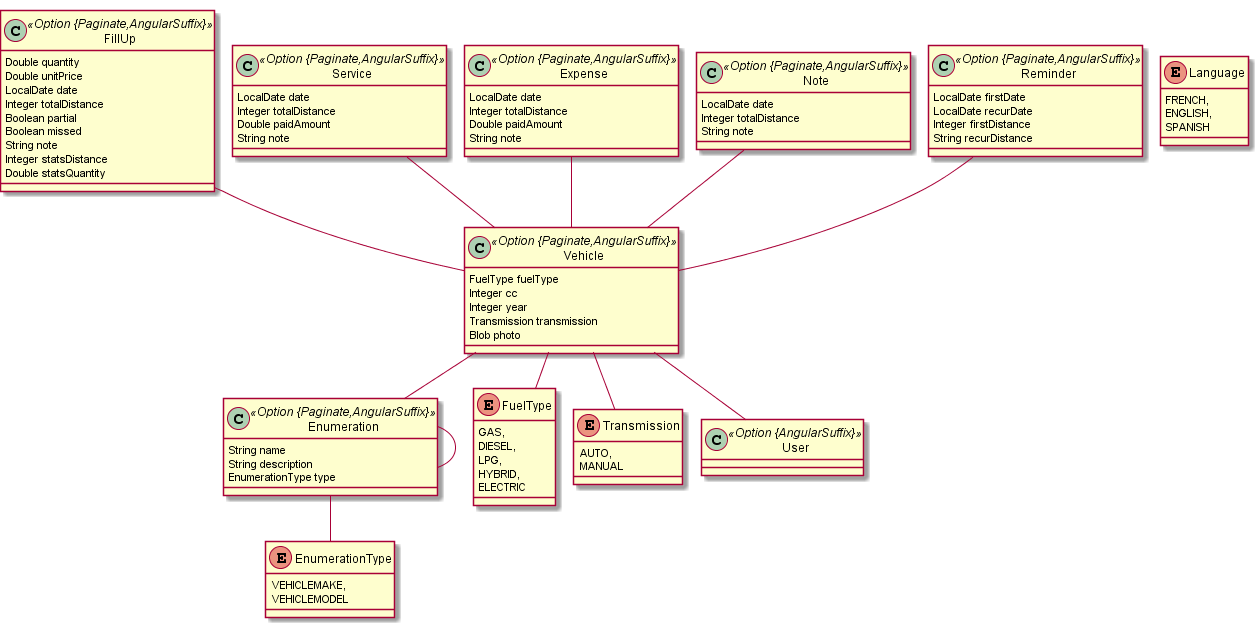
The PlantUML diagram jhipster/jhipster-jdl.png in hazerbaker/yakitanaliz, before a commit.
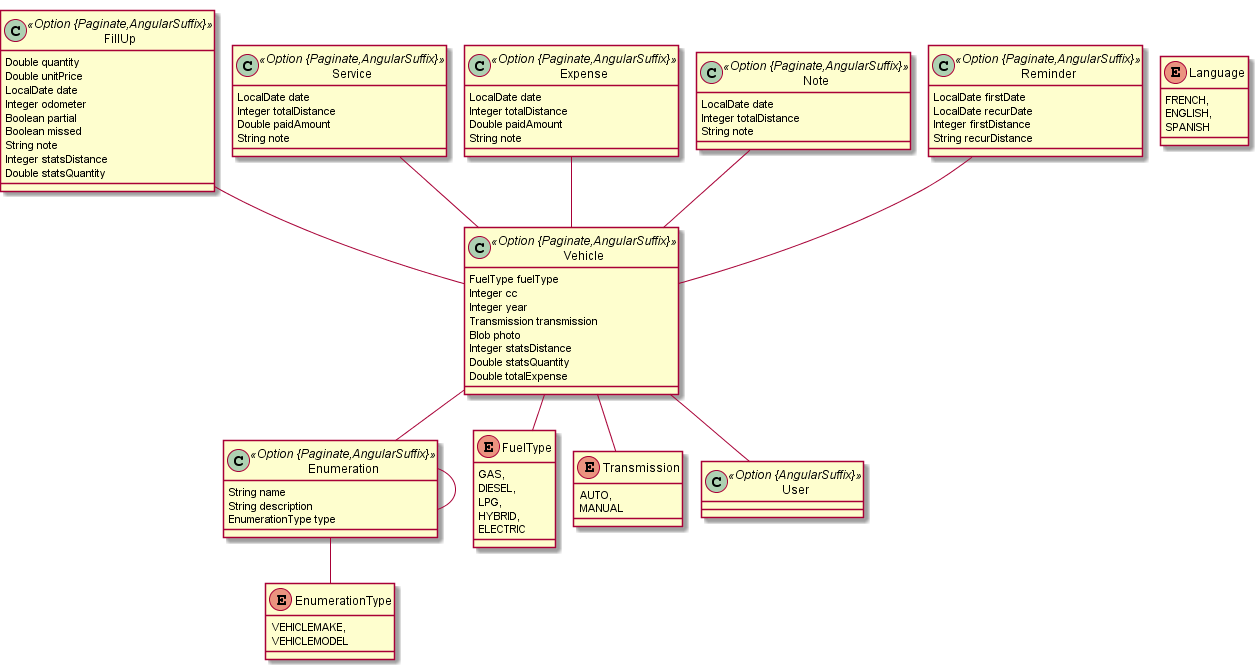
The same file after the commit.

The edit, as a diff of the source:
```diff
@@ -13,6 +13,9 @@
 		Integer year
 		Transmission transmission
 		Blob photo
+		Integer statsDistance
+		Double statsQuantity
+		Double totalExpense
 	}
 	Vehicle ..> FuelType
 	Vehicle ..> Transmission
@@ -20,7 +23,7 @@
 		Double quantity
 		Double unitPrice
 		LocalDate date
-		Integer totalDistance
+		Integer odometer
 		Boolean partial
 		Boolean missed
 		String note
```
